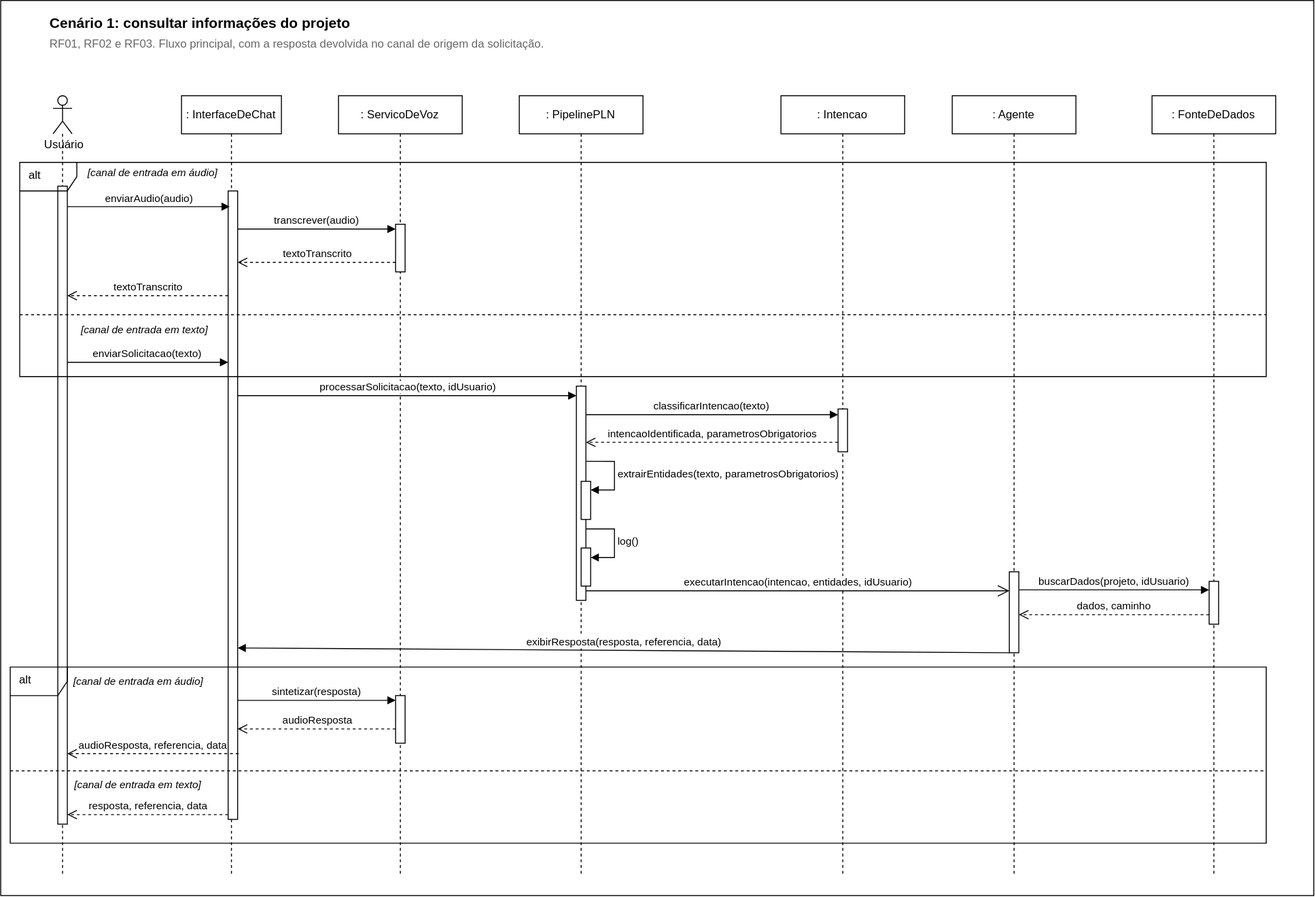
The draw.io diagram assets/sequencia-1.svg in AnaCris007/AZ1-MCP, before a commit. Source tidied: cells renumbered, new cells last; positions are measured from the earlier drawing's top-left corner, leaving out a move shared by most shapes.
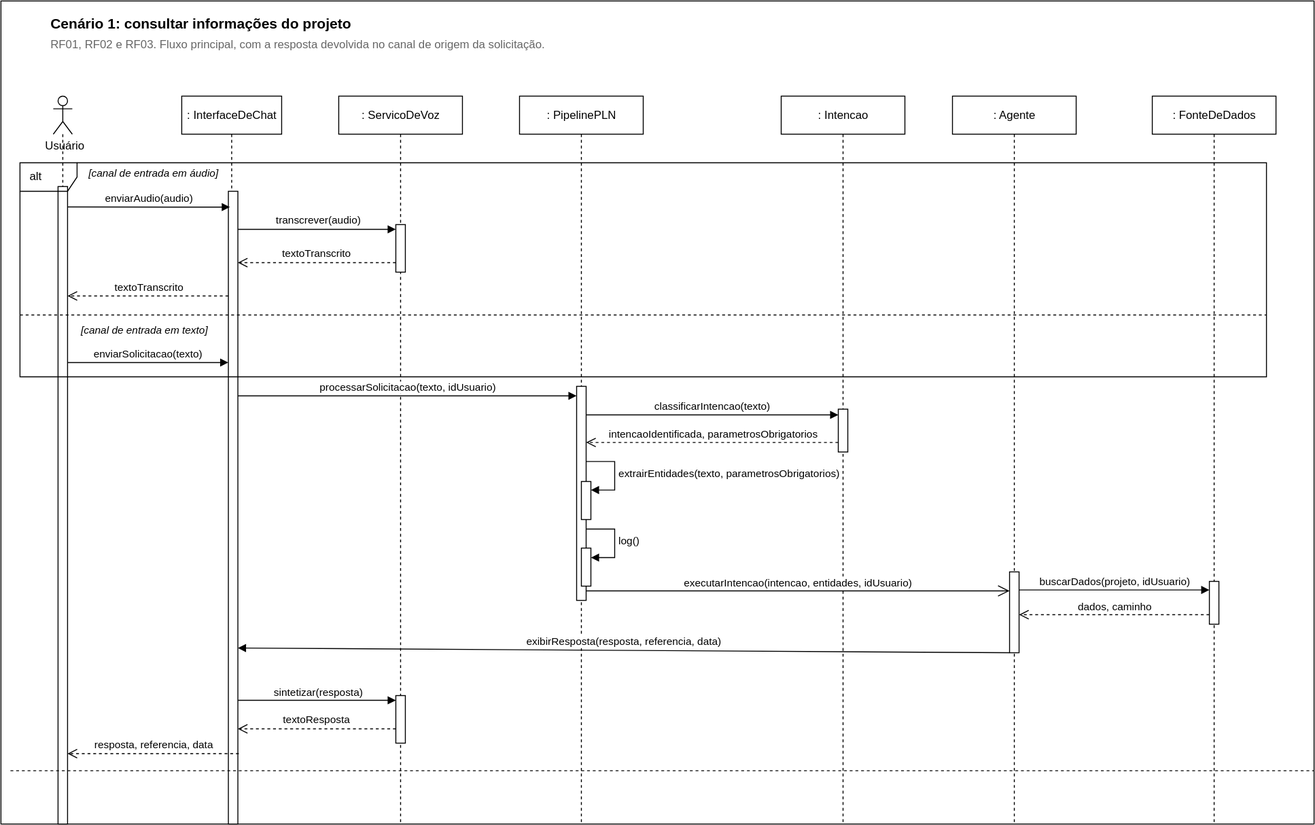
After the change.

Commit message:
docs: corrige diagrama de sequencia no cenário 1 #78

The edit, as a diff of the source:
```diff
@@ -2,32 +2,32 @@
   <root>
     <mxCell id="0" />
     <mxCell id="1" parent="0" />
-    <mxCell id="2" style="rounded=0;whiteSpace=wrap;html=1;" parent="1" vertex="1">
-      <mxGeometry width="1380" height="940" as="geometry" />
-    </mxCell>
+    <mxCell id="49" style="rounded=0;whiteSpace=wrap;html=1;" parent="1" vertex="1">
+      <mxGeometry width="1380" height="865" as="geometry" />
+    </mxCell>
     <mxCell id="3" value="Cenário 1: consultar informações do projeto" style="text;html=1;strokeColor=none;fillColor=none;align=left;verticalAlign=middle;fontSize=15;fontStyle=1;" parent="1" vertex="1">
       <mxGeometry x="50" y="10" width="700" height="26" as="geometry" />
     </mxCell>
     <mxCell id="4" value="RF01, RF02 e RF03. Fluxo principal, com a resposta devolvida no canal de origem da solicitação." style="text;html=1;strokeColor=none;fillColor=none;align=left;verticalAlign=middle;fontSize=12;fontColor=#666666;" parent="1" vertex="1">
       <mxGeometry x="50" y="36" width="850" height="20" as="geometry" />
     </mxCell>
-    <mxCell id="5" style="shape=umlLifeline;perimeter=lifelinePerimeter;whiteSpace=wrap;html=1;participant=umlActor;" parent="1" vertex="1">
-      <mxGeometry x="55" y="100" width="20" height="820" as="geometry" />
-    </mxCell>
+    <mxCell id="50" style="shape=umlLifeline;perimeter=lifelinePerimeter;whiteSpace=wrap;html=1;participant=umlActor;" parent="1" vertex="1">
+      <mxGeometry x="55" y="100" width="20" height="750" as="geometry" />
+    </mxCell>
-    <mxCell id="6" style="html=1;points=[[0,0,0,0,5],[0,1,0,0,-5],[1,0,0,0,5],[1,1,0,0,-5]];perimeter=orthogonalPerimeter;outlineConnect=0;targetShapes=umlLifeline;portConstraint=eastwest;" parent="5" vertex="1">
+    <mxCell id="6" style="html=1;points=[[0,0,0,0,5],[0,1,0,0,-5],[1,0,0,0,5],[1,1,0,0,-5]];perimeter=orthogonalPerimeter;outlineConnect=0;targetShapes=umlLifeline;portConstraint=eastwest;" parent="50" vertex="1">
       <mxGeometry x="5" y="95" width="10" height="670" as="geometry" />
     </mxCell>
     <mxCell id="7" value="Usuário" style="text;html=1;whiteSpace=wrap;strokeColor=none;fillColor=none;align=center;verticalAlign=middle;rounded=0;" parent="1" vertex="1">
       <mxGeometry x="37" y="137" width="60" height="30" as="geometry" />
     </mxCell>
     <mxCell id="8" value=": InterfaceDeChat" style="shape=umlLifeline;perimeter=lifelinePerimeter;whiteSpace=wrap;html=1;" parent="1" vertex="1">
-      <mxGeometry x="190" y="100" width="105" height="820" as="geometry" />
+      <mxGeometry x="190" y="100" width="105" height="765" as="geometry" />
     </mxCell>
-    <mxCell id="9" style="html=1;points=[[0,0,0,0,5],[0,1,0,0,-5],[1,0,0,0,5],[1,1,0,0,-5]];perimeter=orthogonalPerimeter;outlineConnect=0;targetShapes=umlLifeline;portConstraint=eastwest;" parent="8" vertex="1">
-      <mxGeometry x="49" y="100" width="10" height="660" as="geometry" />
-    </mxCell>
+    <mxCell id="51" style="html=1;points=[[0,0,0,0,5],[0,1,0,0,-5],[1,0,0,0,5],[1,1,0,0,-5]];perimeter=orthogonalPerimeter;outlineConnect=0;targetShapes=umlLifeline;portConstraint=eastwest;" parent="8" vertex="1">
+      <mxGeometry x="49" y="100" width="10" height="665" as="geometry" />
+    </mxCell>
     <mxCell id="10" value=": ServicoDeVoz" style="shape=umlLifeline;perimeter=lifelinePerimeter;whiteSpace=wrap;html=1;" parent="1" vertex="1">
-      <mxGeometry x="355" y="100" width="130" height="820" as="geometry" />
+      <mxGeometry x="355" y="100" width="130" height="765" as="geometry" />
     </mxCell>
     <mxCell id="11" style="html=1;points=[[0,0,0,0,5],[0,1,0,0,-5],[1,0,0,0,5],[1,1,0,0,-5]];perimeter=orthogonalPerimeter;outlineConnect=0;targetShapes=umlLifeline;portConstraint=eastwest;" parent="10" vertex="1">
       <mxGeometry x="60" y="135" width="10" height="50" as="geometry" />
@@ -36,7 +36,7 @@
       <mxGeometry x="60" y="630" width="10" height="50" as="geometry" />
     </mxCell>
     <mxCell id="13" value=": PipelinePLN" style="shape=umlLifeline;whiteSpace=wrap;html=1;perimeter=rectanglePerimeter;targetShapes=umlLifeline;newEdgeStyle={&quot;curved&quot;:0,&quot;rounded&quot;:0};participant=label;" parent="1" vertex="1">
-      <mxGeometry x="545" y="100" width="130" height="820" as="geometry" />
+      <mxGeometry x="545" y="100" width="130" height="765" as="geometry" />
     </mxCell>
     <mxCell id="14" style="html=1;points=[[0,0,0,0,5],[0,1,0,0,-5],[1,0,0,0,5],[1,1,0,0,-5]];perimeter=orthogonalPerimeter;outlineConnect=0;targetShapes=umlLifeline;portConstraint=eastwest;" parent="13" vertex="1">
       <mxGeometry x="60" y="305" width="10" height="225" as="geometry" />
@@ -65,19 +65,19 @@
       </mxGeometry>
     </mxCell>
     <mxCell id="19" value=": Intencao" style="shape=umlLifeline;perimeter=lifelinePerimeter;whiteSpace=wrap;html=1;" parent="1" vertex="1">
-      <mxGeometry x="820" y="100" width="130" height="820" as="geometry" />
+      <mxGeometry x="820" y="100" width="130" height="765" as="geometry" />
     </mxCell>
     <mxCell id="20" style="html=1;points=[[0,0,0,0,5],[0,1,0,0,-5],[1,0,0,0,5],[1,1,0,0,-5]];perimeter=orthogonalPerimeter;outlineConnect=0;targetShapes=umlLifeline;portConstraint=eastwest;" parent="19" vertex="1">
       <mxGeometry x="60" y="329" width="10" height="45" as="geometry" />
     </mxCell>
     <mxCell id="21" value=": Agente" style="shape=umlLifeline;perimeter=lifelinePerimeter;whiteSpace=wrap;html=1;" parent="1" vertex="1">
-      <mxGeometry x="1000" y="100" width="130" height="820" as="geometry" />
+      <mxGeometry x="1000" y="100" width="130" height="765" as="geometry" />
     </mxCell>
     <mxCell id="22" style="html=1;points=[[0,0,0,0,5],[0,1,0,0,-5],[1,0,0,0,5],[1,1,0,0,-5]];perimeter=orthogonalPerimeter;outlineConnect=0;targetShapes=umlLifeline;portConstraint=eastwest;" parent="21" vertex="1">
       <mxGeometry x="60" y="500" width="10" height="85" as="geometry" />
     </mxCell>
     <mxCell id="23" value=": FonteDeDados" style="shape=umlLifeline;perimeter=lifelinePerimeter;whiteSpace=wrap;html=1;" parent="1" vertex="1">
-      <mxGeometry x="1210" y="100" width="130" height="820" as="geometry" />
+      <mxGeometry x="1210" y="100" width="130" height="765" as="geometry" />
     </mxCell>
     <mxCell id="24" style="html=1;points=[[0,0,0,0,5],[0,1,0,0,-5],[1,0,0,0,5],[1,1,0,0,-5]];perimeter=orthogonalPerimeter;outlineConnect=0;targetShapes=umlLifeline;portConstraint=eastwest;" parent="23" vertex="1">
       <mxGeometry x="60" y="510" width="10" height="45" as="geometry" />
@@ -88,18 +88,18 @@
     <mxCell id="26" value="[canal de entrada em áudio]" style="text;html=1;strokeColor=none;fillColor=none;align=left;verticalAlign=middle;fontSize=11;fontStyle=2;" parent="1" vertex="1">
       <mxGeometry x="90" y="170" width="320" height="22" as="geometry" />
     </mxCell>
-    <mxCell id="27" value="enviarAudio(audio)" style="html=1;verticalAlign=bottom;endArrow=block;rounded=0;edgeStyle=none;entryX=0.164;entryY=0.025;entryDx=0;entryDy=0;entryPerimeter=0;" parent="1" edge="1" target="9">
+    <mxCell id="27" value="enviarAudio(audio)" style="html=1;verticalAlign=bottom;endArrow=block;rounded=0;edgeStyle=none;entryX=0.164;entryY=0.025;entryDx=0;entryDy=0;entryPerimeter=0;" parent="1" edge="1" target="51">
       <mxGeometry relative="1" as="geometry">
         <mxPoint x="70" y="216.5" as="sourcePoint" />
       </mxGeometry>
     </mxCell>
-    <mxCell id="28" value="transcrever(audio)" style="html=1;verticalAlign=bottom;endArrow=block;rounded=0;edgeStyle=none;exitX=1;exitY=0;exitDx=0;exitDy=40;entryX=0;entryY=0;entryDx=0;entryDy=5;" parent="1" edge="1" source="9" target="11">
+    <mxCell id="28" value="transcrever(audio)" style="html=1;verticalAlign=bottom;endArrow=block;rounded=0;edgeStyle=none;exitX=1;exitY=0;exitDx=0;exitDy=40;entryX=0;entryY=0;entryDx=0;entryDy=5;" parent="1" edge="1" source="51" target="11">
       <mxGeometry relative="1" as="geometry" />
     </mxCell>
-    <mxCell id="29" value="textoTranscrito" style="html=1;verticalAlign=bottom;endArrow=open;dashed=1;endSize=8;rounded=0;edgeStyle=none;exitX=0;exitY=0;exitDx=0;exitDy=40;entryX=1;entryY=0;entryDx=0;entryDy=75;" parent="1" edge="1" source="11" target="9">
+    <mxCell id="29" value="textoTranscrito" style="html=1;verticalAlign=bottom;endArrow=open;dashed=1;endSize=8;rounded=0;edgeStyle=none;exitX=0;exitY=0;exitDx=0;exitDy=40;entryX=1;entryY=0;entryDx=0;entryDy=75;" parent="1" edge="1" source="11" target="51">
       <mxGeometry relative="1" as="geometry" />
     </mxCell>
-    <mxCell id="30" value="textoTranscrito" style="html=1;verticalAlign=bottom;endArrow=open;dashed=1;endSize=8;rounded=0;edgeStyle=none;exitX=0;exitY=0;exitDx=0;exitDy=110;entryX=1;entryY=0;entryDx=0;entryDy=115;" parent="1" edge="1" source="9" target="6">
+    <mxCell id="30" value="textoTranscrito" style="html=1;verticalAlign=bottom;endArrow=open;dashed=1;endSize=8;rounded=0;edgeStyle=none;exitX=0;exitY=0;exitDx=0;exitDy=110;entryX=1;entryY=0;entryDx=0;entryDy=115;" parent="1" edge="1" source="51" target="6">
       <mxGeometry relative="1" as="geometry" />
     </mxCell>
     <mxCell id="31" style="line;strokeWidth=1;dashed=1;html=1;fillColor=none;" parent="1" vertex="1">
@@ -108,12 +108,12 @@
     <mxCell id="32" value="[canal de entrada em texto]" style="text;html=1;strokeColor=none;fillColor=none;align=left;verticalAlign=middle;fontSize=11;fontStyle=2;" parent="1" vertex="1">
       <mxGeometry x="82.5" y="335" width="320" height="22" as="geometry" />
     </mxCell>
-    <mxCell id="33" value="enviarSolicitacao(texto)" style="html=1;verticalAlign=bottom;endArrow=block;rounded=0;edgeStyle=none;" parent="1" edge="1" target="9">
+    <mxCell id="33" value="enviarSolicitacao(texto)" style="html=1;verticalAlign=bottom;endArrow=block;rounded=0;edgeStyle=none;" parent="1" edge="1" target="51">
       <mxGeometry relative="1" as="geometry">
         <mxPoint x="70" y="380" as="sourcePoint" />
       </mxGeometry>
     </mxCell>
-    <mxCell id="34" value="processarSolicitacao(texto, idUsuario)" style="html=1;verticalAlign=bottom;endArrow=block;rounded=0;edgeStyle=none;exitX=1;exitY=0;exitDx=0;exitDy=215;entryX=0;entryY=0;entryDx=0;entryDy=10;" parent="1" edge="1" source="9" target="14">
+    <mxCell id="34" value="processarSolicitacao(texto, idUsuario)" style="html=1;verticalAlign=bottom;endArrow=block;rounded=0;edgeStyle=none;exitX=1;exitY=0;exitDx=0;exitDy=215;entryX=0;entryY=0;entryDx=0;entryDy=10;" parent="1" edge="1" source="51" target="14">
       <mxGeometry relative="1" as="geometry" />
     </mxCell>
     <mxCell id="35" value="classificarIntencao(texto)" style="html=1;verticalAlign=bottom;endArrow=block;rounded=0;edgeStyle=none;exitX=1;exitY=0;exitDx=0;exitDy=45;entryX=0;entryY=0;entryDx=0;entryDy=5;" parent="1" edge="1">
@@ -140,35 +140,23 @@
     <mxCell id="39" value="dados, caminho" style="html=1;verticalAlign=bottom;endArrow=open;dashed=1;endSize=8;rounded=0;edgeStyle=none;exitX=0;exitY=0;exitDx=0;exitDy=35;" parent="1" edge="1" source="24" target="22">
       <mxGeometry relative="1" as="geometry" />
     </mxCell>
-    <mxCell id="40" value="exibirResposta(resposta, referencia, data)" style="html=1;verticalAlign=bottom;endArrow=block;rounded=0;edgeStyle=none;exitX=0;exitY=0;exitDx=0;exitDy=105;entryX=1;entryY=0;entryDx=0;entryDy=480;" parent="1" edge="1" source="22" target="9">
+    <mxCell id="40" value="exibirResposta(resposta, referencia, data)" style="html=1;verticalAlign=bottom;endArrow=block;rounded=0;edgeStyle=none;exitX=0;exitY=0;exitDx=0;exitDy=105;entryX=1;entryY=0;entryDx=0;entryDy=480;" parent="1" edge="1" source="22" target="51">
       <mxGeometry relative="1" as="geometry" />
     </mxCell>
-    <mxCell id="41" value="alt" style="shape=umlFrame;whiteSpace=wrap;html=1;fillColor=none;width=60;height=30;verticalAlign=top;align=left;spacingLeft=8;" parent="1" vertex="1">
-      <mxGeometry x="10" y="700" width="1320" height="185" as="geometry" />
-    </mxCell>
-    <mxCell id="42" value="[canal de entrada em áudio]" style="text;html=1;strokeColor=none;fillColor=none;align=left;verticalAlign=middle;fontSize=11;fontStyle=2;" parent="1" vertex="1">
-      <mxGeometry x="75" y="704" width="320" height="22" as="geometry" />
-    </mxCell>
-    <mxCell id="43" value="sintetizar(resposta)" style="html=1;verticalAlign=bottom;endArrow=block;rounded=0;edgeStyle=none;exitX=1;exitY=0;exitDx=0;exitDy=535;entryX=0;entryY=0;entryDx=0;entryDy=5;" parent="1" edge="1" source="9" target="12">
+    <mxCell id="43" value="sintetizar(resposta)" style="html=1;verticalAlign=bottom;endArrow=block;rounded=0;edgeStyle=none;exitX=1;exitY=0;exitDx=0;exitDy=535;entryX=0;entryY=0;entryDx=0;entryDy=5;" parent="1" edge="1" source="51" target="12">
       <mxGeometry relative="1" as="geometry" />
     </mxCell>
-    <mxCell id="44" value="audioResposta" style="html=1;verticalAlign=bottom;endArrow=open;dashed=1;endSize=8;rounded=0;edgeStyle=none;exitX=0;exitY=0;exitDx=0;exitDy=35;entryX=1;entryY=0;entryDx=0;entryDy=565;" parent="1" edge="1" source="12" target="9">
-      <mxGeometry relative="1" as="geometry" />
-    </mxCell>
-    <mxCell id="45" value="audioResposta, referencia, data" style="html=1;verticalAlign=bottom;endArrow=open;dashed=1;endSize=8;rounded=0;edgeStyle=none;exitX=0;exitY=0;exitDx=0;exitDy=595;entryX=1;entryY=0;entryDx=0;entryDy=600;" parent="1" edge="1">
-      <mxGeometry relative="1" as="geometry">
-        <mxPoint x="250" y="791" as="sourcePoint" />
-        <mxPoint x="70" y="791" as="targetPoint" />
-      </mxGeometry>
-    </mxCell>
-    <mxCell id="46" style="line;strokeWidth=1;dashed=1;html=1;fillColor=none;" parent="1" vertex="1">
-      <mxGeometry x="10" y="804" width="1320" height="10" as="geometry" />
-    </mxCell>
-    <mxCell id="47" value="[canal de entrada em texto]" style="text;html=1;strokeColor=none;fillColor=none;align=left;verticalAlign=middle;fontSize=11;fontStyle=2;" parent="1" vertex="1">
-      <mxGeometry x="76" y="813" width="320" height="22" as="geometry" />
-    </mxCell>
+    <mxCell id="52" value="textoResposta" style="html=1;verticalAlign=bottom;endArrow=open;dashed=1;endSize=8;rounded=0;edgeStyle=none;exitX=0;exitY=0;exitDx=0;exitDy=35;entryX=1;entryY=0;entryDx=0;entryDy=565;" parent="1" edge="1" source="12" target="51">
+      <mxGeometry relative="1" as="geometry" />
+    </mxCell>
-    <mxCell id="48" value="resposta, referencia, data" style="html=1;verticalAlign=bottom;endArrow=open;dashed=1;endSize=8;rounded=0;edgeStyle=none;exitX=0;exitY=0;exitDx=0;exitDy=655;entryX=1;entryY=0;entryDx=0;entryDy=660;" parent="1" edge="1" source="9" target="6">
-      <mxGeometry relative="1" as="geometry" />
+    <mxCell id="48" value="resposta, referencia, data" style="html=1;verticalAlign=bottom;endArrow=open;dashed=1;endSize=8;rounded=0;edgeStyle=none;exitX=0;exitY=0;exitDx=0;exitDy=595;entryX=1;entryY=0;entryDx=0;entryDy=600;" parent="1" edge="1">
+      <mxGeometry relative="1" as="geometry">
+        <mxPoint x="250" y="791" as="sourcePoint" />
+        <mxPoint x="70" y="791" as="targetPoint" />
+      </mxGeometry>
     </mxCell>
+    <mxCell id="53" style="line;strokeWidth=1;dashed=1;html=1;fillColor=none;" parent="1" vertex="1">
+      <mxGeometry x="10" y="804" width="1370" height="10" as="geometry" />
+    </mxCell>
   </root>
 </mxGraphModel>
```
